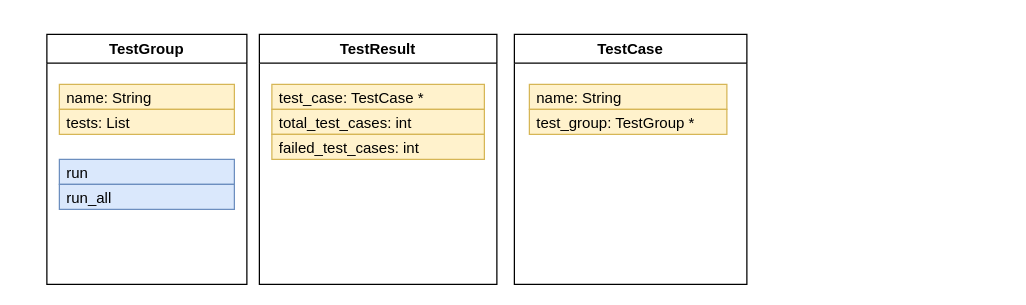
Above: Testing.drawio in Defalt8/design (draw.io), before the change. Source tidied: cells renumbered, new cells numbered last; positions are measured from the earlier drawing's top-left corner, leaving out a move shared by most shapes. Both pictures are drawn from the tidied source at 125%, with x=0, y=0 at pixel (46, 34).
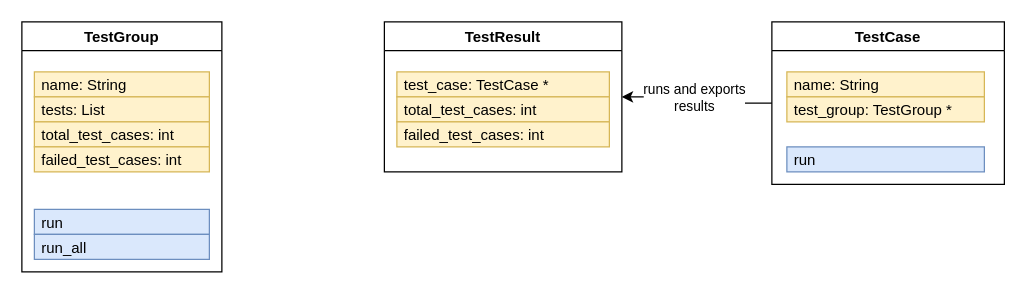
The same diagram, later.

Diff of the diagram source:
```diff
@@
 <mxGraphModel>
   <root>
     <mxCell id="0" />
     <mxCell id="1" parent="0" />
     <mxCell id="2" value="TestGroup" style="swimlane;" parent="1" vertex="1">
-      <mxGeometry width="160" height="200" as="geometry" />
+      <mxGeometry x="-20" y="-10" width="160" height="200" as="geometry" />
     </mxCell>
     <mxCell id="3" value="name: String" style="text;strokeColor=#d6b656;fillColor=#fff2cc;align=left;verticalAlign=middle;spacingLeft=4;spacingRight=4;overflow=hidden;" parent="2" vertex="1">
       <mxGeometry x="10" y="40" width="140" height="20" as="geometry" />
     </mxCell>
     <mxCell id="4" value="tests: List" style="text;strokeColor=#d6b656;fillColor=#fff2cc;align=left;verticalAlign=middle;spacingLeft=4;spacingRight=4;overflow=hidden;" parent="2" vertex="1">
       <mxGeometry x="10" y="60" width="140" height="20" as="geometry" />
     </mxCell>
     <mxCell id="5" value="run" style="text;strokeColor=#6c8ebf;fillColor=#dae8fc;align=left;verticalAlign=middle;spacingLeft=4;spacingRight=4;overflow=hidden;" parent="2" vertex="1">
-      <mxGeometry x="10" y="100" width="140" height="20" as="geometry" />
+      <mxGeometry x="10" y="150" width="140" height="20" as="geometry" />
     </mxCell>
     <mxCell id="6" value="run_all" style="text;strokeColor=#6c8ebf;fillColor=#dae8fc;align=left;verticalAlign=middle;spacingLeft=4;spacingRight=4;overflow=hidden;" parent="2" vertex="1">
-      <mxGeometry x="10" y="120" width="140" height="20" as="geometry" />
+      <mxGeometry x="10" y="170" width="140" height="20" as="geometry" />
     </mxCell>
+    <mxCell id="14" value="total_test_cases: int" style="text;strokeColor=#d6b656;fillColor=#fff2cc;align=left;verticalAlign=middle;spacingLeft=4;spacingRight=4;overflow=hidden;" parent="2" vertex="1">
+      <mxGeometry x="10" y="80" width="140" height="20" as="geometry" />
+    </mxCell>
+    <mxCell id="15" value="failed_test_cases: int" style="text;strokeColor=#d6b656;fillColor=#fff2cc;align=left;verticalAlign=middle;spacingLeft=4;spacingRight=4;overflow=hidden;" parent="2" vertex="1">
+      <mxGeometry x="10" y="100" width="140" height="20" as="geometry" />
+    </mxCell>
     <mxCell id="7" value="TestResult" style="swimlane;" parent="1" vertex="1">
-      <mxGeometry x="170" width="190" height="200" as="geometry" />
+      <mxGeometry x="270" y="-10" width="190" height="120" as="geometry" />
     </mxCell>
     <mxCell id="8" value="test_case: TestCase *" style="text;strokeColor=#d6b656;fillColor=#fff2cc;align=left;verticalAlign=middle;spacingLeft=4;spacingRight=4;overflow=hidden;" parent="7" vertex="1">
       <mxGeometry x="10" y="40" width="170" height="20" as="geometry" />
     </mxCell>
     <mxCell id="9" value="total_test_cases: int" style="text;strokeColor=#d6b656;fillColor=#fff2cc;align=left;verticalAlign=middle;spacingLeft=4;spacingRight=4;overflow=hidden;" parent="7" vertex="1">
       <mxGeometry x="10" y="60" width="170" height="20" as="geometry" />
     </mxCell>
     <mxCell id="10" value="failed_test_cases: int" style="text;strokeColor=#d6b656;fillColor=#fff2cc;align=left;verticalAlign=middle;spacingLeft=4;spacingRight=4;overflow=hidden;" parent="7" vertex="1">
       <mxGeometry x="10" y="80" width="170" height="20" as="geometry" />
     </mxCell>
+    <mxCell id="16" style="edgeStyle=orthogonalEdgeStyle;rounded=0;jettySize=auto;html=1;entryX=1;entryY=0.5;entryDx=0;entryDy=0;" parent="1" edge="1" source="11" target="7">
+      <mxGeometry relative="1" as="geometry" />
+    </mxCell>
+    <mxCell id="17" value="runs and exports &lt;br&gt;results" style="edgeLabel;html=1;align=center;verticalAlign=middle;" parent="16" vertex="1">
+      <mxGeometry x="-0.27" y="-1" relative="1" as="geometry">
+        <mxPoint x="-17" y="-4" as="offset" />
+      </mxGeometry>
+    </mxCell>
     <mxCell id="11" value="TestCase" style="swimlane;" parent="1" vertex="1">
-      <mxGeometry x="374" width="186" height="200" as="geometry" />
+      <mxGeometry x="580" y="-10" width="186" height="130" as="geometry" />
     </mxCell>
     <mxCell id="12" value="name: String" style="text;strokeColor=#d6b656;fillColor=#fff2cc;align=left;verticalAlign=middle;spacingLeft=4;spacingRight=4;overflow=hidden;" parent="11" vertex="1">
       <mxGeometry x="12" y="40" width="158" height="20" as="geometry" />
     </mxCell>
     <mxCell id="13" value="test_group: TestGroup *" style="text;strokeColor=#d6b656;fillColor=#fff2cc;align=left;verticalAlign=middle;spacingLeft=4;spacingRight=4;overflow=hidden;" parent="11" vertex="1">
       <mxGeometry x="12" y="60" width="158" height="20" as="geometry" />
     </mxCell>
+    <mxCell id="18" value="run" style="text;strokeColor=#6c8ebf;fillColor=#dae8fc;align=left;verticalAlign=middle;spacingLeft=4;spacingRight=4;overflow=hidden;" parent="11" vertex="1">
+      <mxGeometry x="12" y="100" width="158" height="20" as="geometry" />
+    </mxCell>
   </root>
 </mxGraphModel>
```
